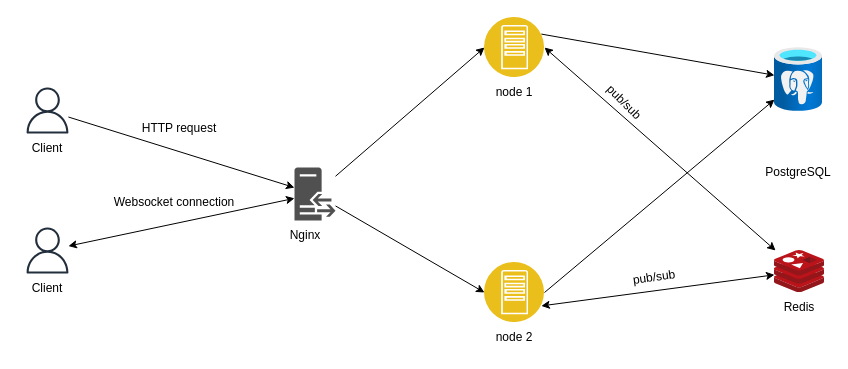
Earlier version of the draw.io diagram communication/docs/drawio/architecture.drawio (TP-O/werewolf). Source tidied: cells renumbered, new cells numbered last; positions are measured from the earlier drawing's top-left corner, leaving out a move shared by most shapes. Both pictures are drawn from the tidied source at 100%, with x=0, y=0 at pixel (17, 17).
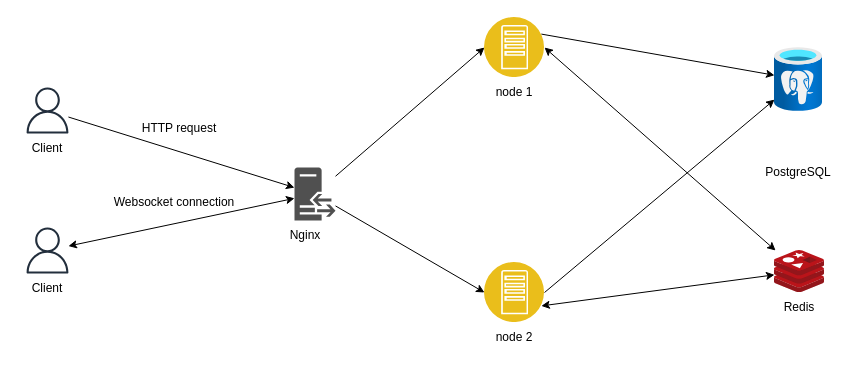
The same page after the edit.

Change to the diagram source:
```diff
@@
-    <mxCell id="22" value="pub/sub" style="text;html=1;strokeColor=none;fillColor=none;align=center;verticalAlign=middle;whiteSpace=wrap;rounded=0;rotation=45;" parent="1" vertex="1">
-      <mxGeometry x="577" y="70" width="60" height="30" as="geometry" />
-    </mxCell>
-    <mxCell id="23" value="pub/sub" style="text;html=1;strokeColor=none;fillColor=none;align=center;verticalAlign=middle;whiteSpace=wrap;rounded=0;rotation=-8;" parent="1" vertex="1">
-      <mxGeometry x="607" y="245" width="60" height="30" as="geometry" />
-    </mxCell>
```
